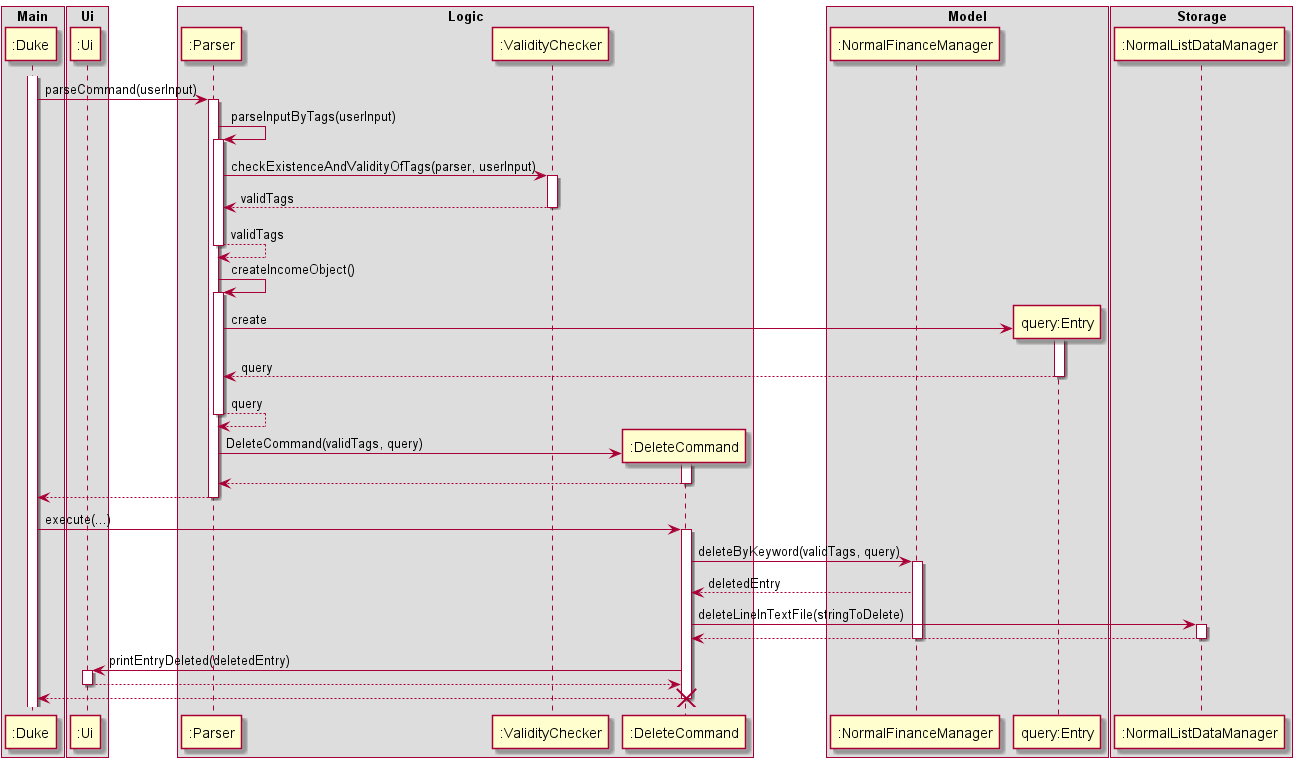
yanjia1777/tp keeps this PlantUML diagram as docs/images/LogicSequenceDiagram.png. Above is the earlier version. Source of this version:
```plantuml
@startuml
box Main
Participant ":Duke" as Duke
end box
box Ui
Participant ":Ui" as Ui
end box
box Logic
Participant ":Parser" as Parser
Participant ":ValidityChecker" as Valid
Participant ":DeleteCommand" as DeleteCommand
end box



box Model
Participant ":NormalFinanceManager" as NormalFinanceManager
Participant "query:Entry" as Entry
end box

box Storage
Participant ":NormalListDataManager" as NormalListDataManager
end box

activate Duke
Duke -> Parser : parseCommand(userInput)
activate Parser

Parser -> Parser : parseInputByTags(userInput)
activate Parser
Parser -> Valid : checkExistenceAndValidityOfTags(parser, userInput)
activate Valid
Valid --> Parser : validTags
deactivate Valid


Parser --> Parser : validTags
deactivate Parser
Parser -> Parser : createIncomeObject()

activate Parser
create Entry

Parser -> Entry : create
activate Entry
Entry --> Parser : query
deactivate Entry
Parser --> Parser : query
deactivate Parser

create DeleteCommand
Parser -> DeleteCommand : DeleteCommand(validTags, query)
activate DeleteCommand
DeleteCommand --> Parser
deactivate DeleteCommand
Parser --> Duke
deactivate Parser

Duke -> DeleteCommand : execute(...)
activate DeleteCommand
DeleteCommand -> NormalFinanceManager : deleteByKeyword(validTags, query)
activate NormalFinanceManager
NormalFinanceManager --> DeleteCommand : deletedEntry
DeleteCommand -> NormalListDataManager : deleteLineInTextFile(stringToDelete)
activate NormalListDataManager
NormalListDataManager --> DeleteCommand
deactivate NormalListDataManager

deactivate NormalFinanceManager

DeleteCommand -> Ui : printEntryDeleted(deletedEntry)
activate Ui
Ui --> DeleteCommand
deactivate Ui
DeleteCommand --> Duke
deactivate DeleteCommand
destroy DeleteCommand
@enduml
```
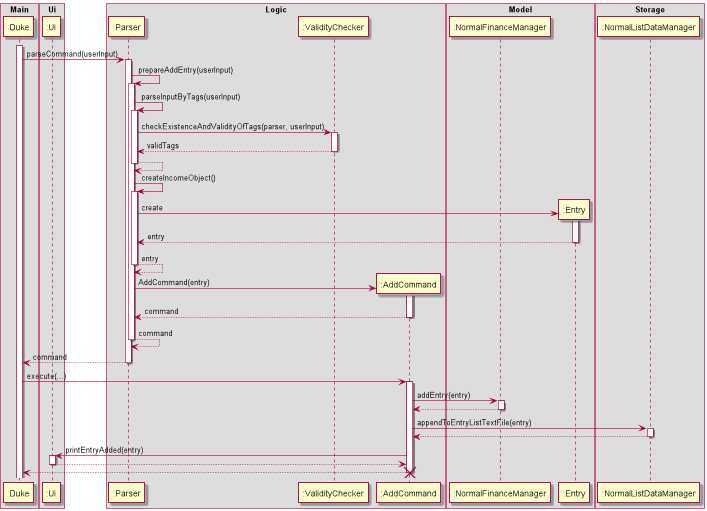
After the commit.

The edit, as a diff of the source:
```diff
@@ -8,14 +8,14 @@
 box Logic
 Participant ":Parser" as Parser
 Participant ":ValidityChecker" as Valid
-Participant ":DeleteCommand" as DeleteCommand
+Participant ":AddCommand" as DeleteCommand
 end box
 
 
 
 box Model
 Participant ":NormalFinanceManager" as NormalFinanceManager
-Participant "query:Entry" as Entry
+Participant ":Entry" as Entry
 end box
 
 box Storage
@@ -26,6 +26,8 @@
 Duke -> Parser : parseCommand(userInput)
 activate Parser
 
+Parser -> Parser : prepareAddEntry(userInput)
+activate Parser
 Parser -> Parser : parseInputByTags(userInput)
 activate Parser
 Parser -> Valid : checkExistenceAndValidityOfTags(parser, userInput)
@@ -34,7 +36,7 @@
 deactivate Valid
 
 
-Parser --> Parser : validTags
+Parser --> Parser
 deactivate Parser
 Parser -> Parser : createIncomeObject()
 
@@ -43,32 +45,37 @@
 
 Parser -> Entry : create
 activate Entry
-Entry --> Parser : query
+Entry --> Parser : entry
 deactivate Entry
-Parser --> Parser : query
+Parser --> Parser : entry
 deactivate Parser
 
 create DeleteCommand
-Parser -> DeleteCommand : DeleteCommand(validTags, query)
+Parser -> DeleteCommand : AddCommand(entry)
 activate DeleteCommand
-DeleteCommand --> Parser
+DeleteCommand --> Parser : command
 deactivate DeleteCommand
-Parser --> Duke
+Parser --> Parser : command
+deactivate Parser
+Parser --> Duke : command
+
 deactivate Parser
 
 Duke -> DeleteCommand : execute(...)
+
 activate DeleteCommand
-DeleteCommand -> NormalFinanceManager : deleteByKeyword(validTags, query)
+DeleteCommand -> NormalFinanceManager : addEntry(entry)
 activate NormalFinanceManager
-NormalFinanceManager --> DeleteCommand : deletedEntry
-DeleteCommand -> NormalListDataManager : deleteLineInTextFile(stringToDelete)
+NormalFinanceManager --> DeleteCommand
+deactivate NormalFinanceManager
+
+DeleteCommand -> NormalListDataManager : appendToEntryListTextFile(entry)
 activate NormalListDataManager
 NormalListDataManager --> DeleteCommand
 deactivate NormalListDataManager
 
-deactivate NormalFinanceManager
 
-DeleteCommand -> Ui : printEntryDeleted(deletedEntry)
+DeleteCommand -> Ui : printEntryAdded(entry)
 activate Ui
 Ui --> DeleteCommand
 deactivate Ui
```
